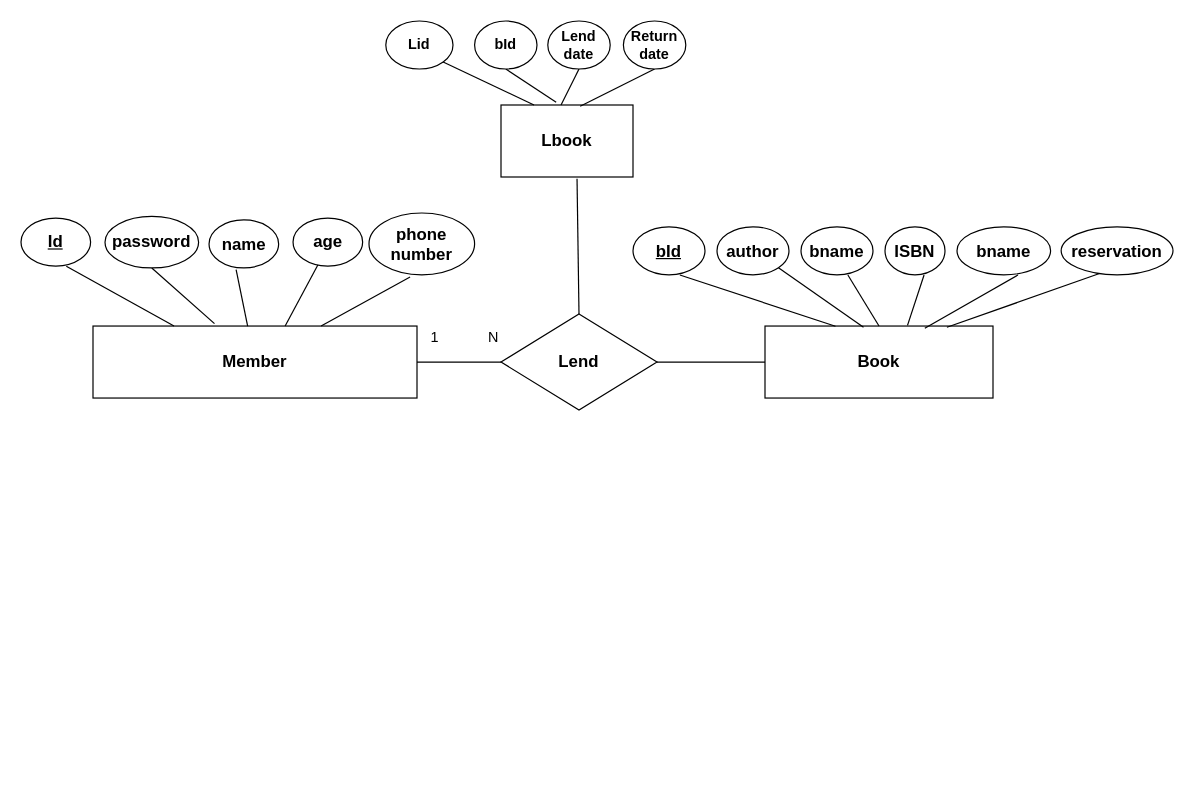
This is Untitled Diagram.drawio from KIMJINOH97/Project1, a draw.io file, before an edit. Source tidied: cells renumbered, new cells numbered last; positions are measured from the earlier drawing's top-left corner, leaving out a move shared by most shapes. Both pictures are drawn from the tidied source at 120%, with x=0, y=0 at pixel (20, 20).
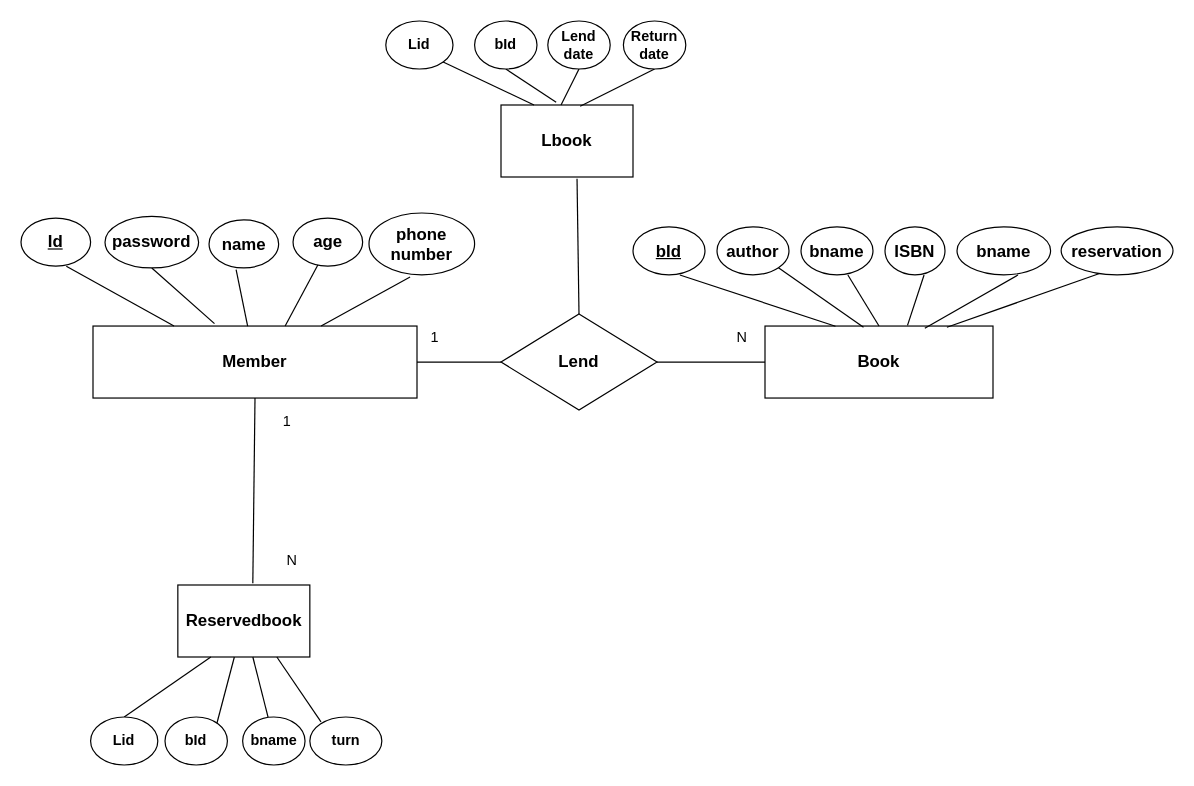
The same page after the edit.

Unchanged cells that the change refers to:
```xml
<mxCell id="2" value="&lt;span style=&quot;font-size: 14px&quot;&gt;&lt;b&gt;Member&lt;/b&gt;&lt;/span&gt;" style="rounded=0;whiteSpace=wrap;html=1;" parent="1" vertex="1">
  <mxGeometry x="60" y="254.2" width="270" height="60" as="geometry" />
</mxCell>
<mxCell id="13" value="&lt;b style=&quot;font-size: 14px&quot;&gt;Lend&lt;/b&gt;" style="rhombus;whiteSpace=wrap;html=1;" parent="1" vertex="1">
  <mxGeometry x="400" y="244.2" width="130" height="80" as="geometry" />
</mxCell>
```

What changed in the source:
```diff
@@
-    <mxCell id="14" style="endArrow=none;html=1;entryX=0;entryY=0.5;entryDx=0;entryDy=0;exitX=1;exitY=0.5;exitDx=0;exitDy=0;" parent="1" edge="1" source="2" target="13">
+    <mxCell id="14" style="endArrow=none;html=1;entryX=0;entryY=0.5;entryDx=0;entryDy=0;exitX=1;exitY=0.5;exitDx=0;exitDy=0;fontStyle=1;" parent="1" edge="1" source="2" target="13">
       <mxGeometry relative="1" as="geometry" />
     </mxCell>
@@
     <mxCell id="20" value="N" style="text;html=1;strokeColor=none;fillColor=none;align=center;verticalAlign=middle;whiteSpace=wrap;rounded=0;" parent="1" vertex="1">
-      <mxGeometry x="383" y="254.2" width="22" height="20" as="geometry" />
+      <mxGeometry x="590" y="254.2" width="22" height="20" as="geometry" />
     </mxCell>
@@
+    <mxCell id="41" value="&lt;span style=&quot;font-size: 14px&quot;&gt;&lt;b&gt;Reservedbook&lt;/b&gt;&lt;/span&gt;" style="rounded=0;whiteSpace=wrap;html=1;" parent="1" vertex="1">
+      <mxGeometry x="130.7" y="470" width="110" height="60" as="geometry" />
+    </mxCell>
+    <mxCell id="42" style="endArrow=none;html=1;exitX=0.5;exitY=0;exitDx=0;exitDy=0;entryX=0.25;entryY=1;entryDx=0;entryDy=0;" parent="1" edge="1" source="43" target="41">
+      <mxGeometry relative="1" as="geometry" />
+    </mxCell>
+    <mxCell id="43" value="&lt;b&gt;Lid&lt;/b&gt;" style="ellipse;whiteSpace=wrap;html=1;" parent="1" vertex="1">
+      <mxGeometry x="58" y="580" width="56" height="40" as="geometry" />
+    </mxCell>
+    <mxCell id="44" style="endArrow=none;html=1;exitX=0.418;exitY=-0.037;exitDx=0;exitDy=0;exitPerimeter=0;" parent="1" edge="1" target="41">
+      <mxGeometry relative="1" as="geometry">
+        <mxPoint x="162" y="590" as="sourcePoint" />
+      </mxGeometry>
+    </mxCell>
+    <mxCell id="45" value="&lt;b&gt;bId&lt;/b&gt;" style="ellipse;whiteSpace=wrap;html=1;" parent="1" vertex="1">
+      <mxGeometry x="120" y="580" width="52" height="40" as="geometry" />
+    </mxCell>
+    <mxCell id="46" style="endArrow=none;html=1;" parent="1" edge="1" source="47" target="41">
+      <mxGeometry relative="1" as="geometry" />
+    </mxCell>
+    <mxCell id="47" value="&lt;b&gt;bname&lt;/b&gt;" style="ellipse;whiteSpace=wrap;html=1;" parent="1" vertex="1">
+      <mxGeometry x="184.7" y="580" width="52" height="40" as="geometry" />
+    </mxCell>
+    <mxCell id="48" style="endArrow=none;html=1;entryX=0.75;entryY=1;entryDx=0;entryDy=0;" parent="1" edge="1" target="41">
+      <mxGeometry relative="1" as="geometry">
+        <mxPoint x="250" y="584" as="sourcePoint" />
+      </mxGeometry>
+    </mxCell>
+    <mxCell id="49" style="endArrow=none;html=1;entryX=0.5;entryY=1;entryDx=0;entryDy=0;exitX=0.568;exitY=-0.023;exitDx=0;exitDy=0;exitPerimeter=0;" parent="1" edge="1" source="41" target="2">
+      <mxGeometry relative="1" as="geometry" />
+    </mxCell>
+    <mxCell id="50" value="1" style="text;html=1;strokeColor=none;fillColor=none;align=center;verticalAlign=middle;whiteSpace=wrap;rounded=0;" parent="1" vertex="1">
+      <mxGeometry x="210.7" y="324.2" width="22" height="20" as="geometry" />
+    </mxCell>
+    <mxCell id="51" value="N" style="text;html=1;strokeColor=none;fillColor=none;align=center;verticalAlign=middle;whiteSpace=wrap;rounded=0;" parent="1" vertex="1">
+      <mxGeometry x="214.7" y="440" width="22" height="20" as="geometry" />
+    </mxCell>
+    <mxCell id="52" value="&lt;b&gt;turn&lt;/b&gt;" style="ellipse;whiteSpace=wrap;html=1;" parent="1" vertex="1">
+      <mxGeometry x="240.7" y="580" width="60" height="40" as="geometry" />
+    </mxCell>
```
